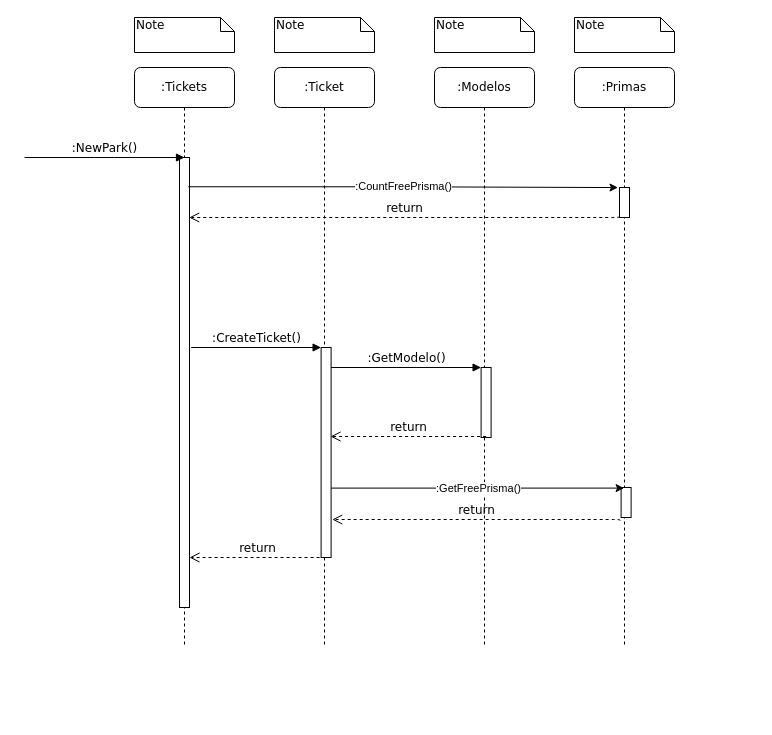
wpavelski/Prova_Takuno keeps this draw.io diagram as Artefato 4 - Diagrama de sequência.drawio. Above is the earlier version. Source tidied: cells renumbered, new cells numbered last; positions are measured from the earlier drawing's top-left corner, leaving out a move shared by most shapes. Both pictures are drawn from the tidied source at 100%, with x=0, y=0 at pixel (24, 17).
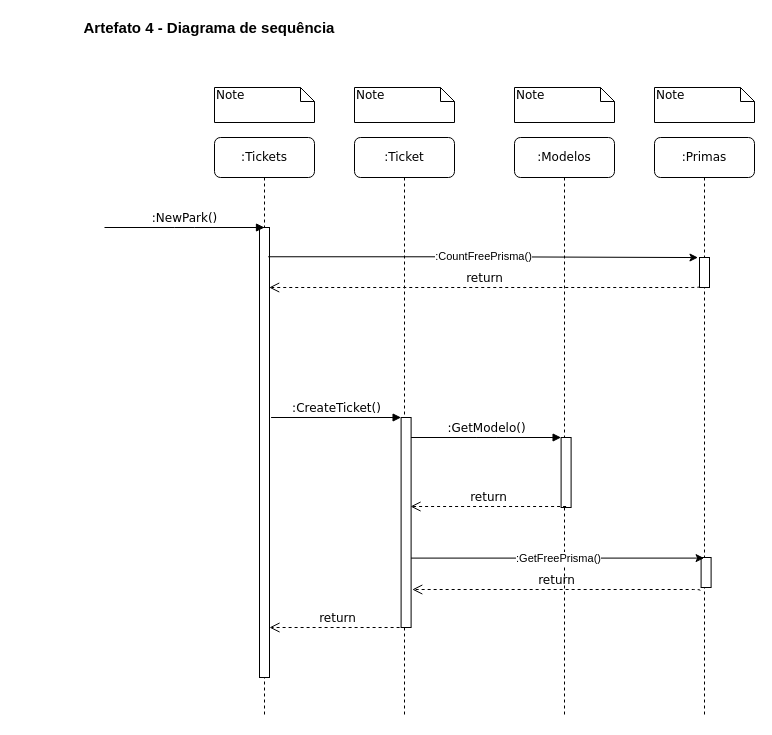
After the change.

The change refers to these unchanged cells:
```xml
<mxCell id="3" style="html=1;points=[];perimeter=orthogonalPerimeter;rounded=0;shadow=0;comic=0;labelBackgroundColor=none;strokeWidth=1;fontFamily=Verdana;fontSize=12;align=center;" parent="2" vertex="1">
  <mxGeometry x="46.6" y="280" width="10" height="210" as="geometry" />
</mxCell>
<mxCell id="5" style="html=1;points=[];perimeter=orthogonalPerimeter;rounded=0;shadow=0;comic=0;labelBackgroundColor=none;strokeWidth=1;fontFamily=Verdana;fontSize=12;align=center;" parent="4" vertex="1">
  <mxGeometry x="46.6" y="300" width="10" height="70" as="geometry" />
</mxCell>
<mxCell id="7" style="html=1;points=[];perimeter=orthogonalPerimeter;rounded=0;shadow=0;comic=0;labelBackgroundColor=none;strokeWidth=1;fontFamily=Verdana;fontSize=12;align=center;" parent="6" vertex="1">
  <mxGeometry x="46.6" y="420" width="10" height="30" as="geometry" />
</mxCell>
<mxCell id="8" style="html=1;points=[];perimeter=orthogonalPerimeter;rounded=0;shadow=0;comic=0;labelBackgroundColor=none;strokeWidth=1;fontFamily=Verdana;fontSize=12;align=center;" parent="6" vertex="1">
  <mxGeometry x="45" y="120" width="10" height="30" as="geometry" />
</mxCell>
<mxCell id="10" style="html=1;points=[];perimeter=orthogonalPerimeter;rounded=0;shadow=0;comic=0;labelBackgroundColor=none;strokeWidth=1;fontFamily=Verdana;fontSize=12;align=center;" parent="9" vertex="1">
  <mxGeometry x="45" y="90" width="10" height="450" as="geometry" />
</mxCell>
```

Diff of the diagram source:
```diff
@@
+    <mxCell id="24" style="group;" parent="1" vertex="1">
+      <mxGeometry x="80" y="70" width="650" height="630" as="geometry" />
+    </mxCell>
-    <mxCell id="2" value=":Ticket" style="shape=umlLifeline;perimeter=lifelinePerimeter;whiteSpace=wrap;html=1;rounded=1;shadow=0;comic=0;labelBackgroundColor=none;strokeWidth=1;fontFamily=Verdana;fontSize=12;align=center;" parent="1" vertex="1">
+    <mxCell id="2" value=":Ticket" style="shape=umlLifeline;perimeter=lifelinePerimeter;whiteSpace=wrap;html=1;rounded=1;shadow=0;comic=0;labelBackgroundColor=none;strokeWidth=1;fontFamily=Verdana;fontSize=12;align=center;" parent="24" vertex="1">
       <mxGeometry x="250" y="50" width="100" height="580" as="geometry" />
     </mxCell>
@@
-    <mxCell id="4" value=":Modelos" style="shape=umlLifeline;perimeter=lifelinePerimeter;whiteSpace=wrap;html=1;rounded=1;shadow=0;comic=0;labelBackgroundColor=none;strokeWidth=1;fontFamily=Verdana;fontSize=12;align=center;" parent="1" vertex="1">
+    <mxCell id="4" value=":Modelos" style="shape=umlLifeline;perimeter=lifelinePerimeter;whiteSpace=wrap;html=1;rounded=1;shadow=0;comic=0;labelBackgroundColor=none;strokeWidth=1;fontFamily=Verdana;fontSize=12;align=center;" parent="24" vertex="1">
       <mxGeometry x="410" y="50" width="100" height="580" as="geometry" />
     </mxCell>
@@
-    <mxCell id="6" value=":Primas" style="shape=umlLifeline;perimeter=lifelinePerimeter;whiteSpace=wrap;html=1;rounded=1;shadow=0;comic=0;labelBackgroundColor=none;strokeWidth=1;fontFamily=Verdana;fontSize=12;align=center;" parent="1" vertex="1">
+    <mxCell id="6" value=":Primas" style="shape=umlLifeline;perimeter=lifelinePerimeter;whiteSpace=wrap;html=1;rounded=1;shadow=0;comic=0;labelBackgroundColor=none;strokeWidth=1;fontFamily=Verdana;fontSize=12;align=center;" parent="24" vertex="1">
       <mxGeometry x="550" y="50" width="100" height="580" as="geometry" />
     </mxCell>
@@
-    <mxCell id="9" value=":Tickets" style="shape=umlLifeline;perimeter=lifelinePerimeter;whiteSpace=wrap;html=1;rounded=1;shadow=0;comic=0;labelBackgroundColor=none;strokeWidth=1;fontFamily=Verdana;fontSize=12;align=center;" parent="1" vertex="1">
+    <mxCell id="9" value=":Tickets" style="shape=umlLifeline;perimeter=lifelinePerimeter;whiteSpace=wrap;html=1;rounded=1;shadow=0;comic=0;labelBackgroundColor=none;strokeWidth=1;fontFamily=Verdana;fontSize=12;align=center;" parent="24" vertex="1">
       <mxGeometry x="110" y="50" width="100" height="580" as="geometry" />
     </mxCell>
@@
-    <mxCell id="11" value=":CreateTicket()" style="html=1;verticalAlign=bottom;endArrow=block;entryX=0;entryY=0;labelBackgroundColor=none;fontFamily=Verdana;fontSize=12;edgeStyle=elbowEdgeStyle;elbow=vertical;" parent="1" edge="1" target="3">
+    <mxCell id="11" value=":CreateTicket()" style="html=1;verticalAlign=bottom;endArrow=block;entryX=0;entryY=0;labelBackgroundColor=none;fontFamily=Verdana;fontSize=12;edgeStyle=elbowEdgeStyle;elbow=vertical;" parent="24" edge="1" target="3">
       <mxGeometry relative="1" as="geometry">
         <mxPoint x="166.6" y="330" as="sourcePoint" />
       </mxGeometry>
     </mxCell>
-    <mxCell id="12" value=":GetModelo()" style="html=1;verticalAlign=bottom;endArrow=block;entryX=0;entryY=0;labelBackgroundColor=none;fontFamily=Verdana;fontSize=12;edgeStyle=elbowEdgeStyle;elbow=vertical;" parent="1" edge="1" source="3" target="5">
+    <mxCell id="12" value=":GetModelo()" style="html=1;verticalAlign=bottom;endArrow=block;entryX=0;entryY=0;labelBackgroundColor=none;fontFamily=Verdana;fontSize=12;edgeStyle=elbowEdgeStyle;elbow=vertical;" parent="24" edge="1" source="3" target="5">
       <mxGeometry relative="1" as="geometry" />
     </mxCell>
-    <mxCell id="13" value="Note" style="shape=note;whiteSpace=wrap;html=1;size=14;verticalAlign=top;align=left;spacingTop=-6;rounded=0;shadow=0;comic=0;labelBackgroundColor=none;strokeWidth=1;fontFamily=Verdana;fontSize=12;" parent="1" vertex="1">
+    <mxCell id="13" value="Note" style="shape=note;whiteSpace=wrap;html=1;size=14;verticalAlign=top;align=left;spacingTop=-6;rounded=0;shadow=0;comic=0;labelBackgroundColor=none;strokeWidth=1;fontFamily=Verdana;fontSize=12;" parent="24" vertex="1">
       <mxGeometry x="110" width="100" height="35" as="geometry" />
     </mxCell>
-    <mxCell id="14" value="Note" style="shape=note;whiteSpace=wrap;html=1;size=14;verticalAlign=top;align=left;spacingTop=-6;rounded=0;shadow=0;comic=0;labelBackgroundColor=none;strokeWidth=1;fontFamily=Verdana;fontSize=12;" parent="1" vertex="1">
+    <mxCell id="14" value="Note" style="shape=note;whiteSpace=wrap;html=1;size=14;verticalAlign=top;align=left;spacingTop=-6;rounded=0;shadow=0;comic=0;labelBackgroundColor=none;strokeWidth=1;fontFamily=Verdana;fontSize=12;" parent="24" vertex="1">
       <mxGeometry x="250" width="100" height="35" as="geometry" />
     </mxCell>
-    <mxCell id="15" value="Note" style="shape=note;whiteSpace=wrap;html=1;size=14;verticalAlign=top;align=left;spacingTop=-6;rounded=0;shadow=0;comic=0;labelBackgroundColor=none;strokeWidth=1;fontFamily=Verdana;fontSize=12;" parent="1" vertex="1">
+    <mxCell id="15" value="Note" style="shape=note;whiteSpace=wrap;html=1;size=14;verticalAlign=top;align=left;spacingTop=-6;rounded=0;shadow=0;comic=0;labelBackgroundColor=none;strokeWidth=1;fontFamily=Verdana;fontSize=12;" parent="24" vertex="1">
       <mxGeometry x="410" width="100" height="35" as="geometry" />
     </mxCell>
-    <mxCell id="16" value="Note" style="shape=note;whiteSpace=wrap;html=1;size=14;verticalAlign=top;align=left;spacingTop=-6;rounded=0;shadow=0;comic=0;labelBackgroundColor=none;strokeWidth=1;fontFamily=Verdana;fontSize=12;" parent="1" vertex="1">
+    <mxCell id="16" value="Note" style="shape=note;whiteSpace=wrap;html=1;size=14;verticalAlign=top;align=left;spacingTop=-6;rounded=0;shadow=0;comic=0;labelBackgroundColor=none;strokeWidth=1;fontFamily=Verdana;fontSize=12;" parent="24" vertex="1">
       <mxGeometry x="550" width="100" height="35" as="geometry" />
     </mxCell>
-    <mxCell id="17" value="return" style="html=1;verticalAlign=bottom;endArrow=open;dashed=1;endSize=8;labelBackgroundColor=none;fontFamily=Verdana;fontSize=12;edgeStyle=elbowEdgeStyle;elbow=vertical;entryX=0.843;entryY=0.488;entryDx=0;entryDy=0;entryPerimeter=0;" parent="1" edge="1">
+    <mxCell id="17" value="return" style="html=1;verticalAlign=bottom;endArrow=open;dashed=1;endSize=8;labelBackgroundColor=none;fontFamily=Verdana;fontSize=12;edgeStyle=elbowEdgeStyle;elbow=vertical;entryX=0.843;entryY=0.488;entryDx=0;entryDy=0;entryPerimeter=0;" parent="24" edge="1">
       <mxGeometry relative="1" as="geometry">
         <mxPoint x="301.1" y="540" as="sourcePoint" />
         <mxPoint x="165" y="539.6" as="targetPoint" />
         <Array as="points">
           <mxPoint x="221.6" y="540" />
           <mxPoint x="221.6" y="430" />
           <mxPoint x="261.6" y="430" />
           <mxPoint x="286.6" y="540" />
           <mxPoint x="316.6" y="540" />
         </Array>
       </mxGeometry>
     </mxCell>
-    <mxCell id="18" value="return" style="html=1;verticalAlign=bottom;endArrow=open;dashed=1;endSize=8;labelBackgroundColor=none;fontFamily=Verdana;fontSize=12;edgeStyle=elbowEdgeStyle;elbow=vertical;entryX=0.943;entryY=0.426;entryDx=0;entryDy=0;entryPerimeter=0;" parent="1" edge="1" target="3">
+    <mxCell id="18" value="return" style="html=1;verticalAlign=bottom;endArrow=open;dashed=1;endSize=8;labelBackgroundColor=none;fontFamily=Verdana;fontSize=12;edgeStyle=elbowEdgeStyle;elbow=vertical;entryX=0.943;entryY=0.426;entryDx=0;entryDy=0;entryPerimeter=0;" parent="24" edge="1" target="3">
       <mxGeometry relative="1" as="geometry">
         <mxPoint x="461.6" y="419" as="sourcePoint" />
         <Array as="points">
           <mxPoint x="340" y="419" />
           <mxPoint x="381.6" y="419" />
           <mxPoint x="431.6" y="430" />
           <mxPoint x="401.6" y="410" />
           <mxPoint x="416.6" y="399.5" />
           <mxPoint x="446.6" y="399.5" />
         </Array>
       </mxGeometry>
     </mxCell>
-    <mxCell id="19" value=":NewPark()" style="html=1;verticalAlign=bottom;endArrow=block;labelBackgroundColor=none;fontFamily=Verdana;fontSize=12;edgeStyle=elbowEdgeStyle;elbow=vertical;" parent="1" edge="1">
+    <mxCell id="19" value=":NewPark()" style="html=1;verticalAlign=bottom;endArrow=block;labelBackgroundColor=none;fontFamily=Verdana;fontSize=12;edgeStyle=elbowEdgeStyle;elbow=vertical;" parent="24" edge="1">
       <mxGeometry relative="1" as="geometry">
         <mxPoint y="140" as="sourcePoint" />
         <mxPoint x="160" y="140" as="targetPoint" />
       </mxGeometry>
     </mxCell>
-    <mxCell id="20" value=":GetFreePrisma()" style="edgeStyle=orthogonalEdgeStyle;rounded=0;jettySize=auto;html=1;entryX=0.3;entryY=0.02;entryDx=0;entryDy=0;entryPerimeter=0;" parent="1" edge="1" source="3" target="7">
+    <mxCell id="20" value=":GetFreePrisma()" style="edgeStyle=orthogonalEdgeStyle;rounded=0;jettySize=auto;html=1;entryX=0.3;entryY=0.02;entryDx=0;entryDy=0;entryPerimeter=0;" parent="24" edge="1" source="3" target="7">
       <mxGeometry relative="1" as="geometry">
         <Array as="points">
           <mxPoint x="599.6" y="470" />
         </Array>
       </mxGeometry>
     </mxCell>
-    <mxCell id="21" value="return" style="html=1;verticalAlign=bottom;endArrow=open;dashed=1;endSize=8;labelBackgroundColor=none;fontFamily=Verdana;fontSize=12;edgeStyle=elbowEdgeStyle;elbow=vertical;exitX=-0.1;exitY=1.1;exitDx=0;exitDy=0;exitPerimeter=0;entryX=1.114;entryY=0.818;entryDx=0;entryDy=0;entryPerimeter=0;" parent="1" edge="1" source="7" target="3">
+    <mxCell id="21" value="return" style="html=1;verticalAlign=bottom;endArrow=open;dashed=1;endSize=8;labelBackgroundColor=none;fontFamily=Verdana;fontSize=12;edgeStyle=elbowEdgeStyle;elbow=vertical;exitX=-0.1;exitY=1.1;exitDx=0;exitDy=0;exitPerimeter=0;entryX=1.114;entryY=0.818;entryDx=0;entryDy=0;entryPerimeter=0;" parent="24" edge="1" source="7" target="3">
       <mxGeometry relative="1" as="geometry">
         <Array as="points">
           <mxPoint x="341.6" y="502" />
           <mxPoint x="511.6" y="510" />
           <mxPoint x="537.1" y="499.5" />
           <mxPoint x="567.1" y="499.5" />
         </Array>
       </mxGeometry>
     </mxCell>
-    <mxCell id="22" value=":CountFreePrisma()" style="edgeStyle=orthogonalEdgeStyle;rounded=0;jettySize=auto;html=1;entryX=-0.152;entryY=0.002;entryDx=0;entryDy=0;entryPerimeter=0;exitX=0.871;exitY=0.065;exitDx=0;exitDy=0;exitPerimeter=0;" parent="1" edge="1" source="10" target="8">
+    <mxCell id="22" value=":CountFreePrisma()" style="edgeStyle=orthogonalEdgeStyle;rounded=0;jettySize=auto;html=1;entryX=-0.152;entryY=0.002;entryDx=0;entryDy=0;entryPerimeter=0;exitX=0.871;exitY=0.065;exitDx=0;exitDy=0;exitPerimeter=0;" parent="24" edge="1" source="10" target="8">
       <mxGeometry relative="1" as="geometry">
         <Array as="points">
           <mxPoint x="381" y="170" />
         </Array>
       </mxGeometry>
     </mxCell>
-    <mxCell id="23" value="return" style="html=1;verticalAlign=bottom;endArrow=open;dashed=1;endSize=8;labelBackgroundColor=none;fontFamily=Verdana;fontSize=12;edgeStyle=elbowEdgeStyle;elbow=vertical;entryX=0.967;entryY=0.133;entryDx=0;entryDy=0;entryPerimeter=0;exitX=0;exitY=0.956;exitDx=0;exitDy=0;exitPerimeter=0;" parent="1" edge="1" source="8" target="10">
+    <mxCell id="23" value="return" style="html=1;verticalAlign=bottom;endArrow=open;dashed=1;endSize=8;labelBackgroundColor=none;fontFamily=Verdana;fontSize=12;edgeStyle=elbowEdgeStyle;elbow=vertical;entryX=0.967;entryY=0.133;entryDx=0;entryDy=0;entryPerimeter=0;exitX=0;exitY=0.956;exitDx=0;exitDy=0;exitPerimeter=0;" parent="24" edge="1" source="8" target="10">
       <mxGeometry relative="1" as="geometry">
         <Array as="points">
           <mxPoint x="470" y="200" />
           <mxPoint x="520" y="211" />
           <mxPoint x="490" y="191" />
           <mxPoint x="505" y="180.5" />
           <mxPoint x="535" y="180.5" />
         </Array>
       </mxGeometry>
     </mxCell>
+    <mxCell id="25" value="&lt;font style=&quot;font-size: 15px&quot;&gt;&lt;b&gt;Artefato 4 - Diagrama de sequência&lt;/b&gt;&lt;/font&gt;" style="text;html=1;strokeColor=none;fillColor=none;align=center;verticalAlign=middle;whiteSpace=wrap;rounded=0;" parent="1" vertex="1">
+      <mxGeometry width="370" height="20" as="geometry" />
+    </mxCell>
```
